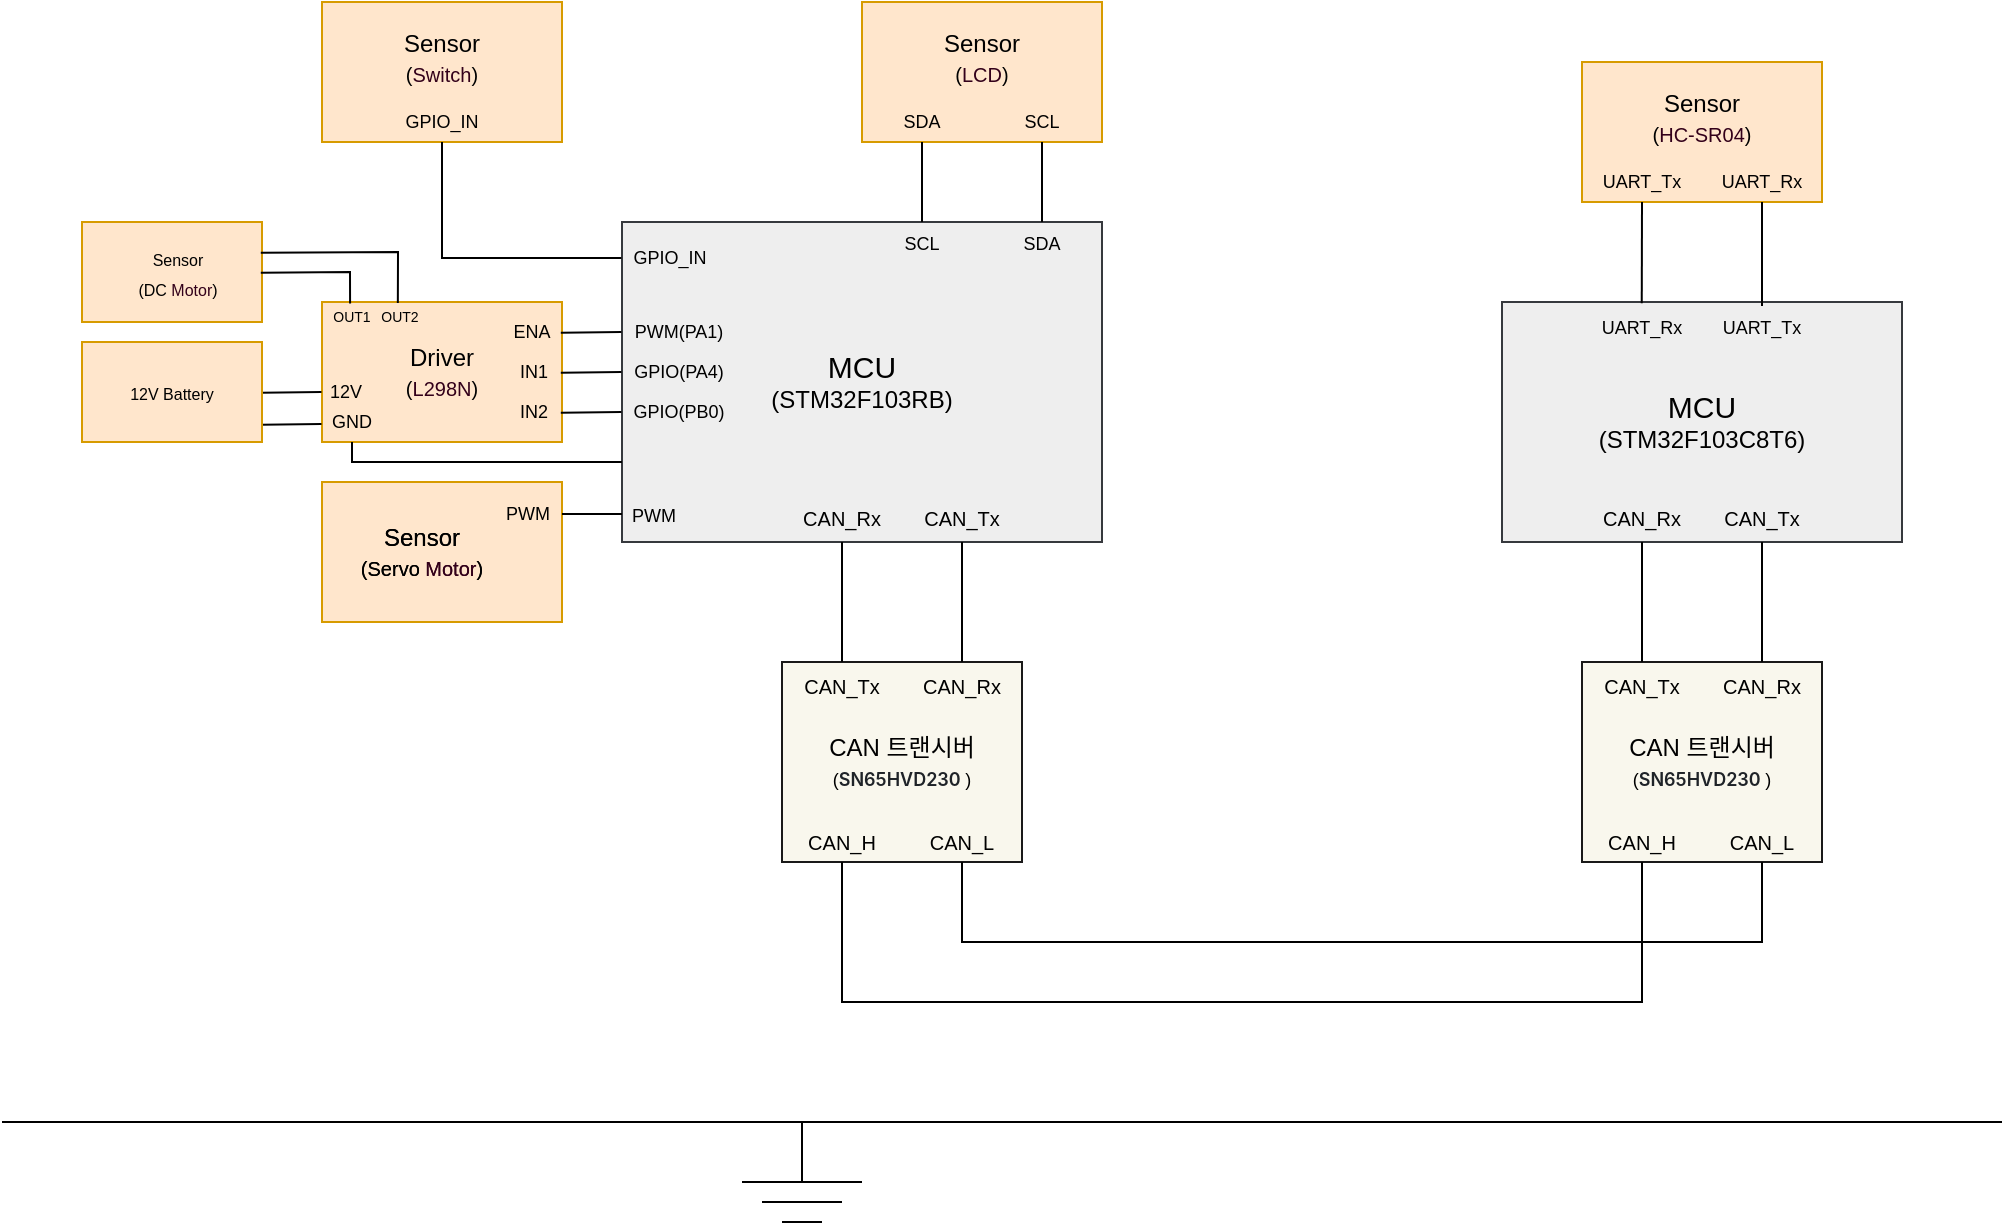
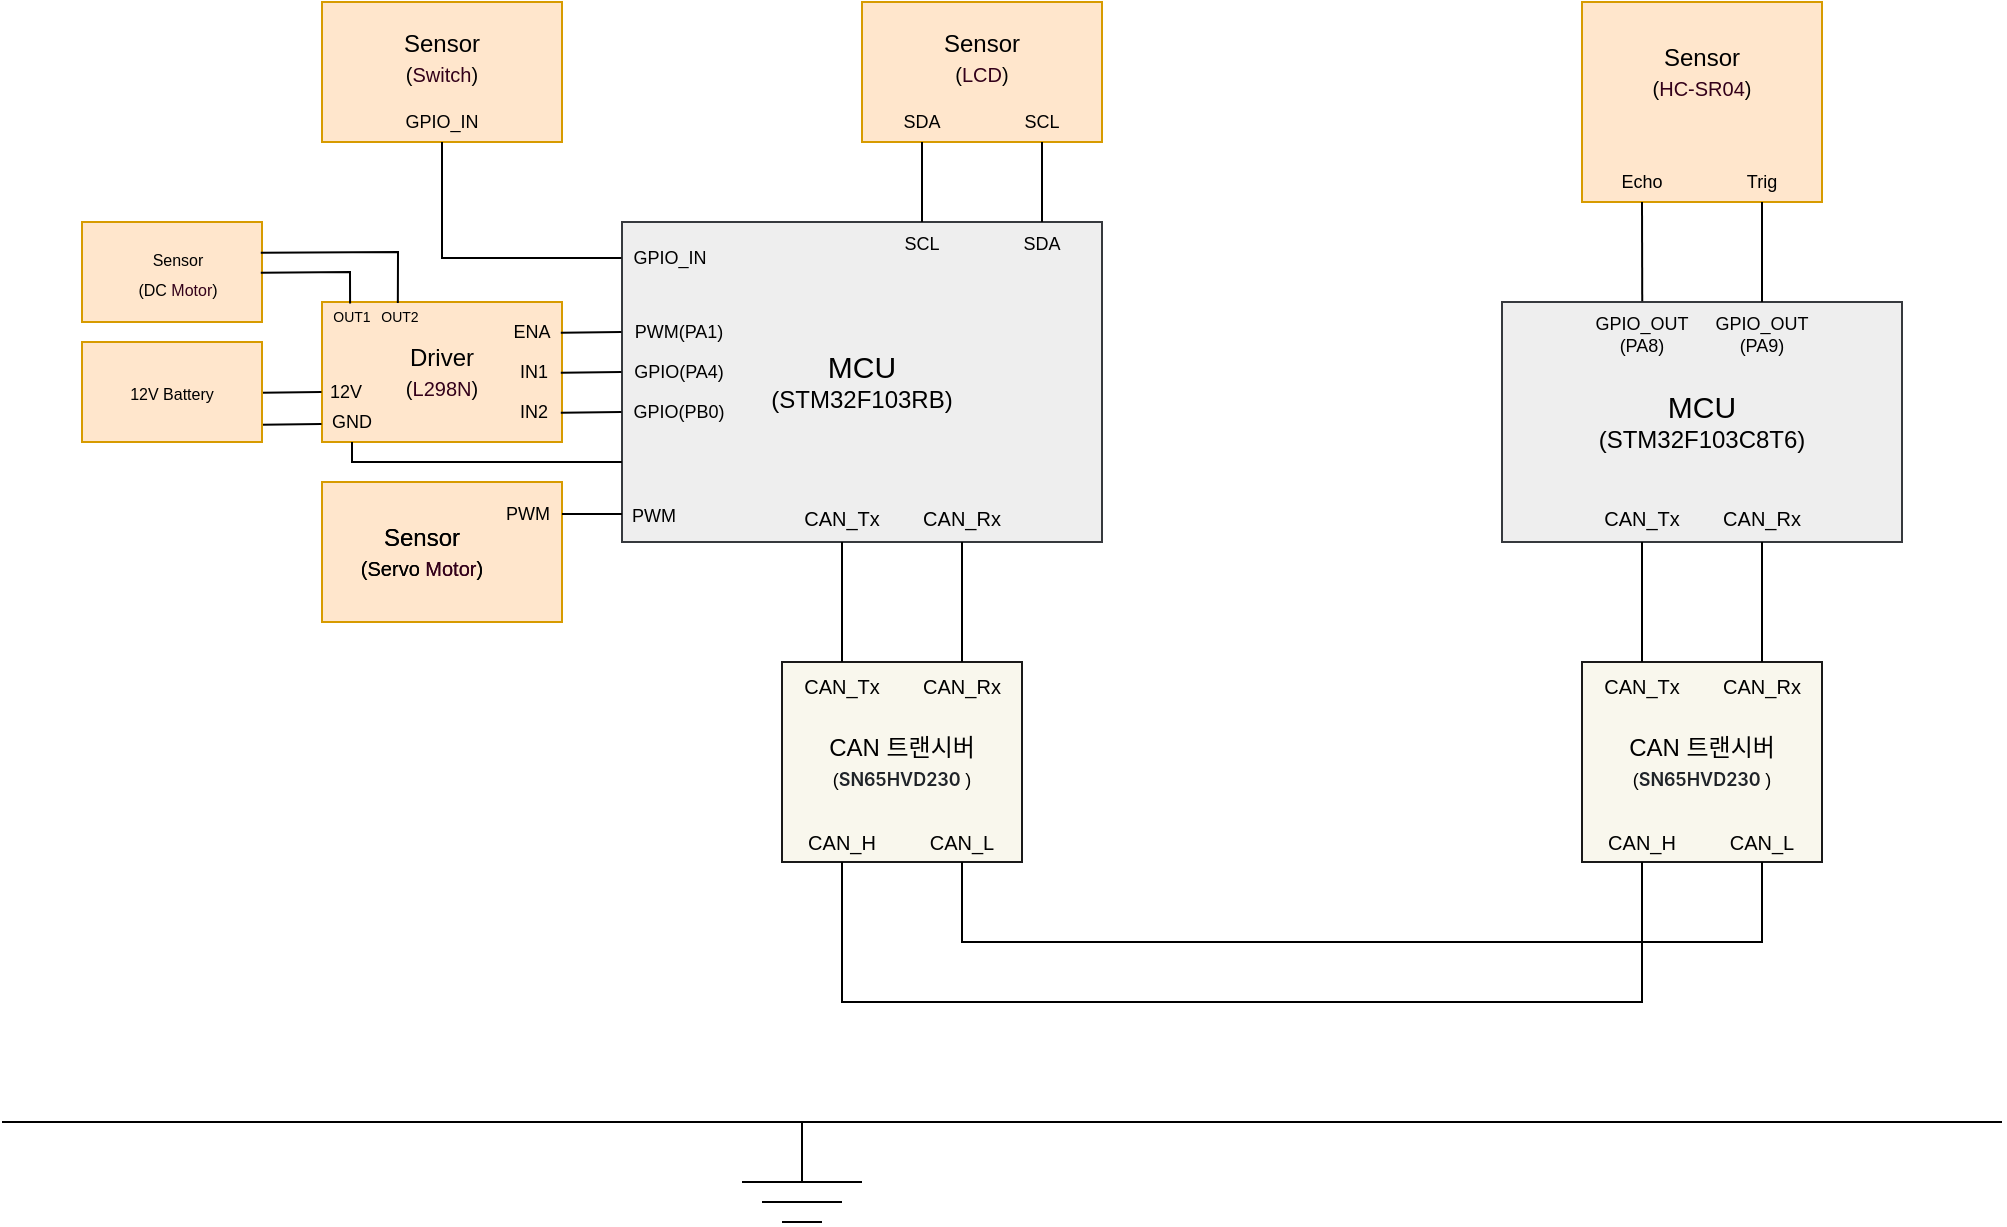
<mxfile host="app.diagrams.net" agent="Mozilla/5.0 (Windows NT 10.0; Win64; x64) AppleWebKit/537.36 (KHTML, like Gecko) Chrome/135.0.0.0 Safari/537.36" version="26.2.14" pages="2">
  <diagram name="페이지-1" id="bV-VDJoUi6MywUOajjM0">
-     <mxGraphModel dx="1303" dy="779" grid="1" gridSize="10" guides="1" tooltips="1" connect="1" arrows="1" fold="1" page="1" pageScale="1" pageWidth="1169" pageHeight="827" math="0" shadow="0">
+     <mxGraphModel dx="868" dy="519" grid="1" gridSize="10" guides="1" tooltips="1" connect="1" arrows="1" fold="1" page="1" pageScale="1" pageWidth="1169" pageHeight="827" math="0" shadow="0">
      <root>
        <mxCell id="0" />
        <mxCell id="1" parent="0" />
        <mxCell id="6h7fnUpnQVIAR-fBUBs6-1" value="" style="rounded=0;whiteSpace=wrap;html=1;fillColor=#eeeeee;strokeColor=#36393d;" parent="1" vertex="1">
          <mxGeometry x="430" y="310" width="240" height="160" as="geometry" />
        </mxCell>
        <mxCell id="6h7fnUpnQVIAR-fBUBs6-3" value="" style="rounded=0;whiteSpace=wrap;html=1;fillColor=#eeeeee;strokeColor=#36393d;" parent="1" vertex="1">
          <mxGeometry x="870" y="350" width="200" height="120" as="geometry" />
        </mxCell>
        <mxCell id="6h7fnUpnQVIAR-fBUBs6-6" value="&lt;font style=&quot;font-size: 15px;&quot;&gt;MCU&lt;/font&gt;&lt;div&gt;(&lt;span style=&quot;background-color: transparent; color: light-dark(rgb(0, 0, 0), rgb(255, 255, 255));&quot;&gt;STM32F103RB)&lt;/span&gt;&lt;/div&gt;" style="text;html=1;align=center;verticalAlign=middle;whiteSpace=wrap;rounded=0;" parent="1" vertex="1">
          <mxGeometry x="430" y="310" width="240" height="160" as="geometry" />
        </mxCell>
        <mxCell id="6h7fnUpnQVIAR-fBUBs6-9" value="&lt;font style=&quot;font-size: 15px;&quot;&gt;MCU&lt;/font&gt;&lt;div&gt;(&lt;span style=&quot;background-color: transparent; color: light-dark(rgb(0, 0, 0), rgb(255, 255, 255));&quot;&gt;STM32F103C8T6)&lt;/span&gt;&lt;/div&gt;" style="text;html=1;align=center;verticalAlign=middle;whiteSpace=wrap;rounded=0;" parent="1" vertex="1">
          <mxGeometry x="915" y="395" width="110" height="30" as="geometry" />
        </mxCell>
        <mxCell id="6h7fnUpnQVIAR-fBUBs6-10" value="" style="rounded=0;whiteSpace=wrap;html=1;fillColor=#f9f7ed;strokeColor=light-dark(#1a1919, #261d00);strokeWidth=1;glass=0;" parent="1" vertex="1">
          <mxGeometry x="510" y="530" width="120" height="100" as="geometry" />
        </mxCell>
        <mxCell id="6h7fnUpnQVIAR-fBUBs6-12" value="" style="rounded=0;whiteSpace=wrap;html=1;fillColor=#f9f7ed;strokeColor=light-dark(#1a1919, #261d00);strokeWidth=1;glass=0;" parent="1" vertex="1">
          <mxGeometry x="910" y="530" width="120" height="100" as="geometry" />
        </mxCell>
        <mxCell id="6h7fnUpnQVIAR-fBUBs6-14" value="" style="endArrow=none;html=1;rounded=0;exitX=0.25;exitY=0;exitDx=0;exitDy=0;" parent="1" source="6h7fnUpnQVIAR-fBUBs6-10" edge="1">
          <mxGeometry width="50" height="50" relative="1" as="geometry">
            <mxPoint x="490" y="520" as="sourcePoint" />
            <mxPoint x="540" y="470" as="targetPoint" />
          </mxGeometry>
        </mxCell>
        <mxCell id="6h7fnUpnQVIAR-fBUBs6-15" value="" style="endArrow=none;html=1;rounded=0;exitX=0.25;exitY=0;exitDx=0;exitDy=0;" parent="1" edge="1">
          <mxGeometry width="50" height="50" relative="1" as="geometry">
            <mxPoint x="600" y="530" as="sourcePoint" />
            <mxPoint x="600" y="470" as="targetPoint" />
          </mxGeometry>
        </mxCell>
        <mxCell id="6h7fnUpnQVIAR-fBUBs6-16" value="" style="endArrow=none;html=1;rounded=0;exitX=0.25;exitY=0;exitDx=0;exitDy=0;" parent="1" edge="1">
          <mxGeometry width="50" height="50" relative="1" as="geometry">
            <mxPoint x="940" y="530" as="sourcePoint" />
            <mxPoint x="940" y="470" as="targetPoint" />
          </mxGeometry>
        </mxCell>
        <mxCell id="6h7fnUpnQVIAR-fBUBs6-17" value="" style="endArrow=none;html=1;rounded=0;exitX=0.25;exitY=0;exitDx=0;exitDy=0;" parent="1" edge="1">
          <mxGeometry width="50" height="50" relative="1" as="geometry">
            <mxPoint x="1000" y="530" as="sourcePoint" />
            <mxPoint x="1000" y="470" as="targetPoint" />
          </mxGeometry>
        </mxCell>
-         <mxCell id="6h7fnUpnQVIAR-fBUBs6-18" value="&lt;font&gt;CAN_Rx&lt;/font&gt;" style="text;html=1;align=center;verticalAlign=middle;whiteSpace=wrap;rounded=0;fontSize=10;" parent="1" vertex="1">
+         <mxCell id="6h7fnUpnQVIAR-fBUBs6-18" value="&lt;font&gt;CAN_Tx&lt;/font&gt;" style="text;html=1;align=center;verticalAlign=middle;whiteSpace=wrap;rounded=0;fontSize=10;" parent="1" vertex="1">
          <mxGeometry x="510" y="443" width="60" height="30" as="geometry" />
        </mxCell>
-         <mxCell id="6h7fnUpnQVIAR-fBUBs6-19" value="&lt;span&gt;CAN_&lt;/span&gt;Tx" style="text;html=1;align=center;verticalAlign=middle;whiteSpace=wrap;rounded=0;fontSize=10;" parent="1" vertex="1">
+         <mxCell id="6h7fnUpnQVIAR-fBUBs6-19" value="&lt;span&gt;CAN_R&lt;/span&gt;x" style="text;html=1;align=center;verticalAlign=middle;whiteSpace=wrap;rounded=0;fontSize=10;" parent="1" vertex="1">
          <mxGeometry x="570" y="443" width="60" height="30" as="geometry" />
        </mxCell>
-         <mxCell id="6h7fnUpnQVIAR-fBUBs6-20" value="&lt;span&gt;CAN_&lt;/span&gt;Rx" style="text;html=1;align=center;verticalAlign=middle;whiteSpace=wrap;rounded=0;fontSize=10;" parent="1" vertex="1">
+         <mxCell id="6h7fnUpnQVIAR-fBUBs6-20" value="&lt;span&gt;CAN_T&lt;/span&gt;x" style="text;html=1;align=center;verticalAlign=middle;whiteSpace=wrap;rounded=0;fontSize=10;" parent="1" vertex="1">
          <mxGeometry x="910" y="443" width="60" height="30" as="geometry" />
        </mxCell>
-         <mxCell id="6h7fnUpnQVIAR-fBUBs6-21" value="&lt;span&gt;CAN_&lt;/span&gt;Tx" style="text;html=1;align=center;verticalAlign=middle;whiteSpace=wrap;rounded=0;fontSize=10;" parent="1" vertex="1">
+         <mxCell id="6h7fnUpnQVIAR-fBUBs6-21" value="&lt;span&gt;CAN_R&lt;/span&gt;x" style="text;html=1;align=center;verticalAlign=middle;whiteSpace=wrap;rounded=0;fontSize=10;" parent="1" vertex="1">
          <mxGeometry x="970" y="443" width="60" height="30" as="geometry" />
        </mxCell>
        <mxCell id="6h7fnUpnQVIAR-fBUBs6-22" value="&lt;span&gt;CAN_&lt;/span&gt;Rx" style="text;html=1;align=center;verticalAlign=middle;whiteSpace=wrap;rounded=0;fontSize=10;" parent="1" vertex="1">
          <mxGeometry x="970" y="527" width="60" height="30" as="geometry" />
        </mxCell>
        <mxCell id="6h7fnUpnQVIAR-fBUBs6-23" value="&lt;span&gt;CAN_&lt;/span&gt;Tx" style="text;html=1;align=center;verticalAlign=middle;whiteSpace=wrap;rounded=0;fontSize=10;" parent="1" vertex="1">
          <mxGeometry x="910" y="527" width="60" height="30" as="geometry" />
        </mxCell>
        <mxCell id="6h7fnUpnQVIAR-fBUBs6-24" value="&lt;span&gt;CAN_&lt;/span&gt;Rx" style="text;html=1;align=center;verticalAlign=middle;whiteSpace=wrap;rounded=0;fontSize=10;" parent="1" vertex="1">
          <mxGeometry x="570" y="527" width="60" height="30" as="geometry" />
        </mxCell>
        <mxCell id="6h7fnUpnQVIAR-fBUBs6-25" value="&lt;span&gt;CAN_&lt;/span&gt;Tx" style="text;html=1;align=center;verticalAlign=middle;whiteSpace=wrap;rounded=0;fontSize=10;" parent="1" vertex="1">
          <mxGeometry x="510" y="527" width="60" height="30" as="geometry" />
        </mxCell>
        <mxCell id="6h7fnUpnQVIAR-fBUBs6-26" value="CAN 트랜시버&lt;br&gt;&lt;div&gt;&lt;font style=&quot;font-size: 9px;&quot;&gt;(&lt;span style=&quot;box-sizing: border-box; font-weight: 600; color: rgb(31, 35, 40); font-family: -apple-system, BlinkMacSystemFont, &amp;quot;Segoe UI&amp;quot;, &amp;quot;Noto Sans&amp;quot;, Helvetica, Arial, sans-serif, &amp;quot;Apple Color Emoji&amp;quot;, &amp;quot;Segoe UI Emoji&amp;quot;; text-align: left;&quot;&gt;&lt;font style=&quot;&quot;&gt;SN65HVD230&amp;nbsp;&lt;/font&gt;&lt;/span&gt;&lt;span style=&quot;background-color: transparent; color: light-dark(rgb(0, 0, 0), rgb(255, 255, 255));&quot;&gt;)&lt;/span&gt;&lt;/font&gt;&lt;/div&gt;" style="text;html=1;align=center;verticalAlign=middle;whiteSpace=wrap;rounded=0;" parent="1" vertex="1">
          <mxGeometry x="515" y="565" width="110" height="30" as="geometry" />
        </mxCell>
        <mxCell id="6h7fnUpnQVIAR-fBUBs6-27" value="CAN 트랜시버&lt;br&gt;&lt;div&gt;&lt;font style=&quot;font-size: 9px;&quot;&gt;(&lt;span style=&quot;box-sizing: border-box; font-weight: 600; color: rgb(31, 35, 40); font-family: -apple-system, BlinkMacSystemFont, &amp;quot;Segoe UI&amp;quot;, &amp;quot;Noto Sans&amp;quot;, Helvetica, Arial, sans-serif, &amp;quot;Apple Color Emoji&amp;quot;, &amp;quot;Segoe UI Emoji&amp;quot;; text-align: left;&quot;&gt;&lt;font style=&quot;&quot;&gt;SN65HVD230&amp;nbsp;&lt;/font&gt;&lt;/span&gt;&lt;span style=&quot;background-color: transparent; color: light-dark(rgb(0, 0, 0), rgb(255, 255, 255));&quot;&gt;)&lt;/span&gt;&lt;/font&gt;&lt;/div&gt;" style="text;html=1;align=center;verticalAlign=middle;whiteSpace=wrap;rounded=0;" parent="1" vertex="1">
          <mxGeometry x="915" y="565" width="110" height="30" as="geometry" />
        </mxCell>
        <mxCell id="6h7fnUpnQVIAR-fBUBs6-28" value="&lt;span&gt;CAN_H&lt;/span&gt;" style="text;html=1;align=center;verticalAlign=middle;whiteSpace=wrap;rounded=0;fontSize=10;" parent="1" vertex="1">
          <mxGeometry x="510" y="605" width="60" height="30" as="geometry" />
        </mxCell>
        <mxCell id="6h7fnUpnQVIAR-fBUBs6-29" value="&lt;span&gt;CAN_L&lt;/span&gt;" style="text;html=1;align=center;verticalAlign=middle;whiteSpace=wrap;rounded=0;fontSize=10;" parent="1" vertex="1">
          <mxGeometry x="570" y="605" width="60" height="30" as="geometry" />
        </mxCell>
        <mxCell id="6h7fnUpnQVIAR-fBUBs6-30" value="&lt;span&gt;CAN_H&lt;/span&gt;" style="text;html=1;align=center;verticalAlign=middle;whiteSpace=wrap;rounded=0;fontSize=10;" parent="1" vertex="1">
          <mxGeometry x="910" y="605" width="60" height="30" as="geometry" />
        </mxCell>
        <mxCell id="6h7fnUpnQVIAR-fBUBs6-31" value="&lt;span&gt;CAN_L&lt;/span&gt;" style="text;html=1;align=center;verticalAlign=middle;whiteSpace=wrap;rounded=0;fontSize=10;" parent="1" vertex="1">
          <mxGeometry x="970" y="605" width="60" height="30" as="geometry" />
        </mxCell>
        <mxCell id="6h7fnUpnQVIAR-fBUBs6-32" value="" style="endArrow=none;html=1;rounded=0;" parent="1" edge="1">
          <mxGeometry width="50" height="50" relative="1" as="geometry">
            <mxPoint x="1000" y="630" as="sourcePoint" />
            <mxPoint x="600" y="630" as="targetPoint" />
            <Array as="points">
              <mxPoint x="1000" y="670" />
              <mxPoint x="770" y="670" />
              <mxPoint x="600" y="670" />
            </Array>
          </mxGeometry>
        </mxCell>
        <mxCell id="6h7fnUpnQVIAR-fBUBs6-33" value="" style="endArrow=none;html=1;rounded=0;" parent="1" edge="1">
          <mxGeometry width="50" height="50" relative="1" as="geometry">
            <mxPoint x="940" y="630" as="sourcePoint" />
            <mxPoint x="540" y="630" as="targetPoint" />
            <Array as="points">
              <mxPoint x="940" y="700" />
              <mxPoint x="710" y="700" />
              <mxPoint x="540" y="700" />
              <mxPoint x="540" y="670" />
            </Array>
          </mxGeometry>
        </mxCell>
        <mxCell id="6h7fnUpnQVIAR-fBUBs6-36" value="" style="rounded=0;whiteSpace=wrap;html=1;fillColor=#ffe6cc;strokeColor=#d79b00;" parent="1" vertex="1">
-           <mxGeometry x="910" y="230" width="120" height="70" as="geometry" />
+           <mxGeometry x="910" y="200" width="120" height="100" as="geometry" />
        </mxCell>
        <mxCell id="6h7fnUpnQVIAR-fBUBs6-37" value="&lt;font&gt;Sensor&lt;/font&gt;&lt;br&gt;&lt;div&gt;&lt;span&gt;&lt;font style=&quot;font-size: 10px;&quot;&gt;(&lt;span style=&quot;font-family: Arial, sans-serif; text-align: start;&quot;&gt;&lt;font style=&quot;color: rgb(51, 0, 26);&quot;&gt;HC-SR04&lt;/font&gt;&lt;/span&gt;&lt;span style=&quot;color: light-dark(rgb(0, 0, 0), rgb(255, 255, 255));&quot;&gt;)&lt;/span&gt;&lt;/font&gt;&lt;/span&gt;&lt;/div&gt;" style="text;html=1;align=center;verticalAlign=middle;whiteSpace=wrap;rounded=0;" parent="1" vertex="1">
-           <mxGeometry x="910" y="243" width="120" height="29" as="geometry" />
-         </mxCell>
-         <mxCell id="6h7fnUpnQVIAR-fBUBs6-38" value="&lt;span&gt;UART_&lt;/span&gt;Tx" style="text;html=1;align=center;verticalAlign=middle;whiteSpace=wrap;rounded=0;fontSize=9;" parent="1" vertex="1">
-           <mxGeometry x="970" y="348" width="60" height="30" as="geometry" />
-         </mxCell>
-         <mxCell id="6h7fnUpnQVIAR-fBUBs6-39" value="&lt;span&gt;UART_R&lt;/span&gt;x" style="text;html=1;align=center;verticalAlign=middle;whiteSpace=wrap;rounded=0;fontSize=9;" parent="1" vertex="1">
-           <mxGeometry x="910" y="348" width="60" height="30" as="geometry" />
-         </mxCell>
-         <mxCell id="6h7fnUpnQVIAR-fBUBs6-40" value="&lt;span&gt;UART_&lt;/span&gt;Tx" style="text;html=1;align=center;verticalAlign=middle;whiteSpace=wrap;rounded=0;fontSize=9;" parent="1" vertex="1">
+           <mxGeometry x="910" y="220.5" width="120" height="29" as="geometry" />
+         </mxCell>
+         <mxCell id="6h7fnUpnQVIAR-fBUBs6-38" value="&lt;div&gt;&lt;div&gt;GPIO_OUT&lt;/div&gt;&lt;/div&gt;(PA9)" style="text;html=1;align=center;verticalAlign=middle;whiteSpace=wrap;rounded=0;fontSize=9;" parent="1" vertex="1">
+           <mxGeometry x="970" y="351" width="60" height="30" as="geometry" />
+         </mxCell>
+         <mxCell id="6h7fnUpnQVIAR-fBUBs6-39" value="&lt;div&gt;GPIO_OUT&lt;/div&gt;(PA8)" style="text;html=1;align=center;verticalAlign=middle;whiteSpace=wrap;rounded=0;fontSize=9;" parent="1" vertex="1">
+           <mxGeometry x="910" y="351" width="60" height="30" as="geometry" />
+         </mxCell>
+         <mxCell id="6h7fnUpnQVIAR-fBUBs6-40" value="Echo" style="text;html=1;align=center;verticalAlign=middle;whiteSpace=wrap;rounded=0;fontSize=9;" parent="1" vertex="1">
          <mxGeometry x="910" y="275" width="60" height="30" as="geometry" />
        </mxCell>
-         <mxCell id="6h7fnUpnQVIAR-fBUBs6-41" value="&lt;span&gt;UART_R&lt;/span&gt;x" style="text;html=1;align=center;verticalAlign=middle;whiteSpace=wrap;rounded=0;fontSize=9;" parent="1" vertex="1">
+         <mxCell id="6h7fnUpnQVIAR-fBUBs6-41" value="Trig" style="text;html=1;align=center;verticalAlign=middle;whiteSpace=wrap;rounded=0;fontSize=9;" parent="1" vertex="1">
          <mxGeometry x="970" y="275" width="60" height="30" as="geometry" />
        </mxCell>
-         <mxCell id="6h7fnUpnQVIAR-fBUBs6-42" value="" style="endArrow=none;html=1;rounded=0;exitX=0.498;exitY=0.089;exitDx=0;exitDy=0;exitPerimeter=0;" parent="1" source="6h7fnUpnQVIAR-fBUBs6-39" edge="1">
+         <mxCell id="6h7fnUpnQVIAR-fBUBs6-42" value="" style="endArrow=none;html=1;rounded=0;exitX=0.502;exitY=-0.047;exitDx=0;exitDy=0;exitPerimeter=0;" parent="1" source="6h7fnUpnQVIAR-fBUBs6-39" edge="1">
          <mxGeometry width="50" height="50" relative="1" as="geometry">
            <mxPoint x="940" y="360" as="sourcePoint" />
            <mxPoint x="940" y="300" as="targetPoint" />
          </mxGeometry>
        </mxCell>
        <mxCell id="6h7fnUpnQVIAR-fBUBs6-43" value="" style="endArrow=none;html=1;rounded=0;" parent="1" edge="1">
          <mxGeometry width="50" height="50" relative="1" as="geometry">
-             <mxPoint x="1000" y="352" as="sourcePoint" />
+             <mxPoint x="1000" y="350" as="sourcePoint" />
            <mxPoint x="1000" y="300" as="targetPoint" />
          </mxGeometry>
        </mxCell>
        <mxCell id="6h7fnUpnQVIAR-fBUBs6-44" value="" style="rounded=0;whiteSpace=wrap;html=1;fillColor=#ffe6cc;strokeColor=#d79b00;" parent="1" vertex="1">
          <mxGeometry x="550" y="200" width="120" height="70" as="geometry" />
        </mxCell>
        <mxCell id="6h7fnUpnQVIAR-fBUBs6-45" value="&lt;font&gt;Sensor&lt;/font&gt;&lt;br&gt;&lt;div style=&quot;&quot;&gt;&lt;span&gt;&lt;font style=&quot;font-size: 10px;&quot;&gt;(&lt;font face=&quot;Arial, sans-serif&quot; color=&quot;#33001a&quot;&gt;LCD&lt;/font&gt;&lt;span style=&quot;color: light-dark(rgb(0, 0, 0), rgb(255, 255, 255));&quot;&gt;)&lt;/span&gt;&lt;/font&gt;&lt;/span&gt;&lt;/div&gt;" style="text;html=1;align=center;verticalAlign=middle;whiteSpace=wrap;rounded=0;" parent="1" vertex="1">
          <mxGeometry x="550" y="213" width="120" height="29" as="geometry" />
        </mxCell>
        <mxCell id="6h7fnUpnQVIAR-fBUBs6-46" value="SDA" style="text;html=1;align=center;verticalAlign=middle;whiteSpace=wrap;rounded=0;fontSize=9;" parent="1" vertex="1">
          <mxGeometry x="550" y="245" width="60" height="30" as="geometry" />
        </mxCell>
        <mxCell id="6h7fnUpnQVIAR-fBUBs6-47" value="SCL" style="text;html=1;align=center;verticalAlign=middle;whiteSpace=wrap;rounded=0;fontSize=9;" parent="1" vertex="1">
          <mxGeometry x="610" y="245" width="60" height="30" as="geometry" />
        </mxCell>
        <mxCell id="6h7fnUpnQVIAR-fBUBs6-48" value="SDA" style="text;html=1;align=center;verticalAlign=middle;whiteSpace=wrap;rounded=0;fontSize=9;" parent="1" vertex="1">
          <mxGeometry x="610" y="306" width="60" height="30" as="geometry" />
        </mxCell>
        <mxCell id="6h7fnUpnQVIAR-fBUBs6-49" value="SCL" style="text;html=1;align=center;verticalAlign=middle;whiteSpace=wrap;rounded=0;fontSize=9;" parent="1" vertex="1">
          <mxGeometry x="550" y="306" width="60" height="30" as="geometry" />
        </mxCell>
        <mxCell id="6h7fnUpnQVIAR-fBUBs6-50" value="" style="endArrow=none;html=1;rounded=0;exitX=0.5;exitY=0.133;exitDx=0;exitDy=0;exitPerimeter=0;" parent="1" source="6h7fnUpnQVIAR-fBUBs6-49" edge="1">
          <mxGeometry width="50" height="50" relative="1" as="geometry">
            <mxPoint x="580" y="300" as="sourcePoint" />
            <mxPoint x="580" y="270" as="targetPoint" />
          </mxGeometry>
        </mxCell>
        <mxCell id="6h7fnUpnQVIAR-fBUBs6-51" value="" style="endArrow=none;html=1;rounded=0;exitX=0.5;exitY=0.133;exitDx=0;exitDy=0;exitPerimeter=0;" parent="1" source="6h7fnUpnQVIAR-fBUBs6-48" edge="1">
          <mxGeometry width="50" height="50" relative="1" as="geometry">
            <mxPoint x="640" y="300" as="sourcePoint" />
            <mxPoint x="640" y="270" as="targetPoint" />
          </mxGeometry>
        </mxCell>
        <mxCell id="6h7fnUpnQVIAR-fBUBs6-52" value="" style="rounded=0;whiteSpace=wrap;html=1;fillColor=#ffe6cc;strokeColor=#d79b00;" parent="1" vertex="1">
          <mxGeometry x="280" y="200" width="120" height="70" as="geometry" />
        </mxCell>
        <mxCell id="6h7fnUpnQVIAR-fBUBs6-53" value="&lt;font&gt;Sensor&lt;/font&gt;&lt;br&gt;&lt;div style=&quot;&quot;&gt;&lt;span&gt;&lt;font style=&quot;font-size: 10px;&quot;&gt;(&lt;font face=&quot;Arial, sans-serif&quot; color=&quot;#33001a&quot;&gt;Switch&lt;/font&gt;&lt;span style=&quot;color: light-dark(rgb(0, 0, 0), rgb(255, 255, 255));&quot;&gt;)&lt;/span&gt;&lt;/font&gt;&lt;/span&gt;&lt;/div&gt;" style="text;html=1;align=center;verticalAlign=middle;whiteSpace=wrap;rounded=0;" parent="1" vertex="1">
          <mxGeometry x="280" y="213" width="120" height="29" as="geometry" />
        </mxCell>
        <mxCell id="6h7fnUpnQVIAR-fBUBs6-54" value="GPIO_IN" style="text;html=1;align=center;verticalAlign=middle;whiteSpace=wrap;rounded=0;fontSize=9;" parent="1" vertex="1">
          <mxGeometry x="310" y="245" width="60" height="30" as="geometry" />
        </mxCell>
        <mxCell id="6h7fnUpnQVIAR-fBUBs6-56" value="" style="endArrow=none;html=1;rounded=0;exitX=0.05;exitY=0.5;exitDx=0;exitDy=0;exitPerimeter=0;" parent="1" source="6h7fnUpnQVIAR-fBUBs6-57" edge="1">
          <mxGeometry width="50" height="50" relative="1" as="geometry">
            <mxPoint x="490" y="490" as="sourcePoint" />
            <mxPoint x="340" y="270" as="targetPoint" />
            <Array as="points">
              <mxPoint x="340" y="328" />
            </Array>
          </mxGeometry>
        </mxCell>
        <mxCell id="6h7fnUpnQVIAR-fBUBs6-57" value="GPIO_IN" style="text;html=1;align=center;verticalAlign=middle;whiteSpace=wrap;rounded=0;fontSize=9;" parent="1" vertex="1">
          <mxGeometry x="427" y="308" width="54" height="40" as="geometry" />
        </mxCell>
        <mxCell id="6h7fnUpnQVIAR-fBUBs6-58" value="" style="rounded=0;whiteSpace=wrap;html=1;fillColor=#ffe6cc;strokeColor=#d79b00;" parent="1" vertex="1">
          <mxGeometry x="280" y="350" width="120" height="70" as="geometry" />
        </mxCell>
        <mxCell id="6h7fnUpnQVIAR-fBUBs6-59" value="Driver&lt;br&gt;&lt;div style=&quot;&quot;&gt;&lt;span&gt;&lt;font style=&quot;font-size: 10px;&quot;&gt;(&lt;font face=&quot;Arial, sans-serif&quot; color=&quot;#33001a&quot;&gt;L298N&lt;/font&gt;&lt;span style=&quot;color: light-dark(rgb(0, 0, 0), rgb(255, 255, 255));&quot;&gt;)&lt;/span&gt;&lt;/font&gt;&lt;/span&gt;&lt;/div&gt;" style="text;html=1;align=center;verticalAlign=middle;whiteSpace=wrap;rounded=0;" parent="1" vertex="1">
          <mxGeometry x="280" y="350" width="120" height="70" as="geometry" />
        </mxCell>
        <mxCell id="6h7fnUpnQVIAR-fBUBs6-60" value="ENA" style="text;html=1;align=center;verticalAlign=middle;whiteSpace=wrap;rounded=0;fontSize=9;" parent="1" vertex="1">
          <mxGeometry x="365" y="350" width="40" height="30" as="geometry" />
        </mxCell>
        <mxCell id="6h7fnUpnQVIAR-fBUBs6-64" value="" style="rounded=0;whiteSpace=wrap;html=1;fillColor=#ffe6cc;strokeColor=#d79b00;" parent="1" vertex="1">
          <mxGeometry x="280" y="440" width="120" height="70" as="geometry" />
        </mxCell>
        <mxCell id="6h7fnUpnQVIAR-fBUBs6-65" value="PWM" style="text;html=1;align=center;verticalAlign=middle;whiteSpace=wrap;rounded=0;fontSize=9;" parent="1" vertex="1">
          <mxGeometry x="353" y="441" width="60" height="30" as="geometry" />
        </mxCell>
        <mxCell id="6h7fnUpnQVIAR-fBUBs6-66" value="&lt;font&gt;Sensor&lt;/font&gt;&lt;br&gt;&lt;div style=&quot;&quot;&gt;&lt;span&gt;&lt;font style=&quot;font-size: 10px;&quot;&gt;(Servo&amp;nbsp;&lt;font face=&quot;Arial, sans-serif&quot; color=&quot;#33001a&quot;&gt;Motor&lt;/font&gt;&lt;span style=&quot;color: light-dark(rgb(0, 0, 0), rgb(255, 255, 255));&quot;&gt;)&lt;/span&gt;&lt;/font&gt;&lt;/span&gt;&lt;/div&gt;" style="text;html=1;align=center;verticalAlign=middle;whiteSpace=wrap;rounded=0;" parent="1" vertex="1">
          <mxGeometry x="270" y="440" width="120" height="70" as="geometry" />
        </mxCell>
        <mxCell id="6h7fnUpnQVIAR-fBUBs6-67" value="" style="endArrow=none;html=1;rounded=0;entryX=0.069;entryY=0.501;entryDx=0;entryDy=0;exitX=0.935;exitY=0.512;exitDx=0;exitDy=0;exitPerimeter=0;entryPerimeter=0;" parent="1" edge="1">
          <mxGeometry width="50" height="50" relative="1" as="geometry">
            <mxPoint x="399.4" y="365.35999999999996" as="sourcePoint" />
            <mxPoint x="429.76" y="365.03" as="targetPoint" />
          </mxGeometry>
        </mxCell>
        <mxCell id="6h7fnUpnQVIAR-fBUBs6-68" value="" style="endArrow=none;html=1;rounded=0;entryX=0;entryY=0.5;entryDx=0;entryDy=0;" parent="1" edge="1">
          <mxGeometry width="50" height="50" relative="1" as="geometry">
            <mxPoint x="400" y="456" as="sourcePoint" />
            <mxPoint x="430" y="456" as="targetPoint" />
          </mxGeometry>
        </mxCell>
        <mxCell id="6h7fnUpnQVIAR-fBUBs6-69" value="PWM(PA1)" style="text;html=1;align=center;verticalAlign=middle;whiteSpace=wrap;rounded=0;fontSize=9;" parent="1" vertex="1">
          <mxGeometry x="427" y="350" width="63" height="30" as="geometry" />
        </mxCell>
        <mxCell id="6h7fnUpnQVIAR-fBUBs6-70" value="PWM" style="text;html=1;align=center;verticalAlign=middle;whiteSpace=wrap;rounded=0;fontSize=9;" parent="1" vertex="1">
          <mxGeometry x="426" y="442" width="40" height="30" as="geometry" />
        </mxCell>
-         <mxCell id="_FvLLy5niA9-FDdcqiTg-1" value="" style="endArrow=none;html=1;rounded=0;entryX=0.069;entryY=0.501;entryDx=0;entryDy=0;exitX=0.935;exitY=0.512;exitDx=0;exitDy=0;exitPerimeter=0;entryPerimeter=0;" edge="1" parent="1">
+         <mxCell id="_FvLLy5niA9-FDdcqiTg-1" value="" style="endArrow=none;html=1;rounded=0;entryX=0.069;entryY=0.501;entryDx=0;entryDy=0;exitX=0.935;exitY=0.512;exitDx=0;exitDy=0;exitPerimeter=0;entryPerimeter=0;" parent="1" edge="1">
          <mxGeometry width="50" height="50" relative="1" as="geometry">
            <mxPoint x="399.4" y="385.35999999999996" as="sourcePoint" />
            <mxPoint x="429.76" y="385.03" as="targetPoint" />
          </mxGeometry>
        </mxCell>
-         <mxCell id="_FvLLy5niA9-FDdcqiTg-2" value="" style="endArrow=none;html=1;rounded=0;entryX=0.069;entryY=0.501;entryDx=0;entryDy=0;exitX=0.935;exitY=0.512;exitDx=0;exitDy=0;exitPerimeter=0;entryPerimeter=0;" edge="1" parent="1">
+         <mxCell id="_FvLLy5niA9-FDdcqiTg-2" value="" style="endArrow=none;html=1;rounded=0;entryX=0.069;entryY=0.501;entryDx=0;entryDy=0;exitX=0.935;exitY=0.512;exitDx=0;exitDy=0;exitPerimeter=0;entryPerimeter=0;" parent="1" edge="1">
          <mxGeometry width="50" height="50" relative="1" as="geometry">
            <mxPoint x="399.4" y="405.35999999999996" as="sourcePoint" />
            <mxPoint x="429.76" y="405.03" as="targetPoint" />
          </mxGeometry>
        </mxCell>
-         <mxCell id="_FvLLy5niA9-FDdcqiTg-3" value="IN1" style="text;html=1;align=center;verticalAlign=middle;whiteSpace=wrap;rounded=0;fontSize=9;" vertex="1" parent="1">
+         <mxCell id="_FvLLy5niA9-FDdcqiTg-3" value="IN1" style="text;html=1;align=center;verticalAlign=middle;whiteSpace=wrap;rounded=0;fontSize=9;" parent="1" vertex="1">
          <mxGeometry x="366" y="370" width="40" height="30" as="geometry" />
        </mxCell>
-         <mxCell id="_FvLLy5niA9-FDdcqiTg-4" value="IN2" style="text;html=1;align=center;verticalAlign=middle;whiteSpace=wrap;rounded=0;fontSize=9;" vertex="1" parent="1">
+         <mxCell id="_FvLLy5niA9-FDdcqiTg-4" value="IN2" style="text;html=1;align=center;verticalAlign=middle;whiteSpace=wrap;rounded=0;fontSize=9;" parent="1" vertex="1">
          <mxGeometry x="366" y="390" width="40" height="30" as="geometry" />
        </mxCell>
-         <mxCell id="_FvLLy5niA9-FDdcqiTg-5" value="GPIO(PA4)" style="text;html=1;align=center;verticalAlign=middle;whiteSpace=wrap;rounded=0;fontSize=9;" vertex="1" parent="1">
+         <mxCell id="_FvLLy5niA9-FDdcqiTg-5" value="GPIO(PA4)" style="text;html=1;align=center;verticalAlign=middle;whiteSpace=wrap;rounded=0;fontSize=9;" parent="1" vertex="1">
          <mxGeometry x="427" y="370" width="63" height="30" as="geometry" />
        </mxCell>
-         <mxCell id="_FvLLy5niA9-FDdcqiTg-6" value="GPIO(PB0)" style="text;html=1;align=center;verticalAlign=middle;whiteSpace=wrap;rounded=0;fontSize=9;" vertex="1" parent="1">
+         <mxCell id="_FvLLy5niA9-FDdcqiTg-6" value="GPIO(PB0)" style="text;html=1;align=center;verticalAlign=middle;whiteSpace=wrap;rounded=0;fontSize=9;" parent="1" vertex="1">
          <mxGeometry x="427" y="390" width="63" height="30" as="geometry" />
        </mxCell>
-         <mxCell id="_FvLLy5niA9-FDdcqiTg-7" value="" style="endArrow=none;html=1;rounded=0;" edge="1" parent="1">
+         <mxCell id="_FvLLy5niA9-FDdcqiTg-7" value="" style="endArrow=none;html=1;rounded=0;" parent="1" edge="1">
          <mxGeometry width="50" height="50" relative="1" as="geometry">
            <mxPoint x="120" y="760" as="sourcePoint" />
            <mxPoint x="1120" y="760" as="targetPoint" />
          </mxGeometry>
        </mxCell>
-         <mxCell id="_FvLLy5niA9-FDdcqiTg-10" value="" style="rounded=0;whiteSpace=wrap;html=1;fillColor=#ffe6cc;strokeColor=#d79b00;" vertex="1" parent="1">
+         <mxCell id="_FvLLy5niA9-FDdcqiTg-10" value="" style="rounded=0;whiteSpace=wrap;html=1;fillColor=#ffe6cc;strokeColor=#d79b00;" parent="1" vertex="1">
          <mxGeometry x="160" y="310" width="90" height="50" as="geometry" />
        </mxCell>
-         <mxCell id="_FvLLy5niA9-FDdcqiTg-11" value="&lt;font&gt;Sensor&lt;/font&gt;&lt;br&gt;&lt;div style=&quot;&quot;&gt;&lt;span&gt;&lt;font style=&quot;font-size: 10px;&quot;&gt;(Servo&amp;nbsp;&lt;font face=&quot;Arial, sans-serif&quot; color=&quot;#33001a&quot;&gt;Motor&lt;/font&gt;&lt;span style=&quot;color: light-dark(rgb(0, 0, 0), rgb(255, 255, 255));&quot;&gt;)&lt;/span&gt;&lt;/font&gt;&lt;/span&gt;&lt;/div&gt;" style="text;html=1;align=center;verticalAlign=middle;whiteSpace=wrap;rounded=0;" vertex="1" parent="1">
+         <mxCell id="_FvLLy5niA9-FDdcqiTg-11" value="&lt;font&gt;Sensor&lt;/font&gt;&lt;br&gt;&lt;div style=&quot;&quot;&gt;&lt;span&gt;&lt;font style=&quot;font-size: 10px;&quot;&gt;(Servo&amp;nbsp;&lt;font face=&quot;Arial, sans-serif&quot; color=&quot;#33001a&quot;&gt;Motor&lt;/font&gt;&lt;span style=&quot;color: light-dark(rgb(0, 0, 0), rgb(255, 255, 255));&quot;&gt;)&lt;/span&gt;&lt;/font&gt;&lt;/span&gt;&lt;/div&gt;" style="text;html=1;align=center;verticalAlign=middle;whiteSpace=wrap;rounded=0;" parent="1" vertex="1">
          <mxGeometry x="270" y="440" width="120" height="70" as="geometry" />
        </mxCell>
-         <mxCell id="_FvLLy5niA9-FDdcqiTg-12" value="&lt;font style=&quot;font-size: 8px;&quot;&gt;&lt;font style=&quot;&quot;&gt;Sensor&lt;/font&gt;&lt;br&gt;&lt;/font&gt;&lt;div style=&quot;&quot;&gt;&lt;span&gt;&lt;font style=&quot;font-size: 8px;&quot;&gt;(DC&amp;nbsp;&lt;font face=&quot;Arial, sans-serif&quot; color=&quot;#33001a&quot;&gt;Motor&lt;/font&gt;&lt;span style=&quot;color: light-dark(rgb(0, 0, 0), rgb(255, 255, 255));&quot;&gt;)&lt;/span&gt;&lt;/font&gt;&lt;/span&gt;&lt;/div&gt;" style="text;html=1;align=center;verticalAlign=middle;whiteSpace=wrap;rounded=0;" vertex="1" parent="1">
+         <mxCell id="_FvLLy5niA9-FDdcqiTg-12" value="&lt;font style=&quot;font-size: 8px;&quot;&gt;&lt;font style=&quot;&quot;&gt;Sensor&lt;/font&gt;&lt;br&gt;&lt;/font&gt;&lt;div style=&quot;&quot;&gt;&lt;span&gt;&lt;font style=&quot;font-size: 8px;&quot;&gt;(DC&amp;nbsp;&lt;font face=&quot;Arial, sans-serif&quot; color=&quot;#33001a&quot;&gt;Motor&lt;/font&gt;&lt;span style=&quot;color: light-dark(rgb(0, 0, 0), rgb(255, 255, 255));&quot;&gt;)&lt;/span&gt;&lt;/font&gt;&lt;/span&gt;&lt;/div&gt;" style="text;html=1;align=center;verticalAlign=middle;whiteSpace=wrap;rounded=0;" parent="1" vertex="1">
          <mxGeometry x="163" y="310" width="90" height="50" as="geometry" />
        </mxCell>
-         <mxCell id="_FvLLy5niA9-FDdcqiTg-16" value="" style="endArrow=none;html=1;rounded=0;entryX=0.069;entryY=0.501;entryDx=0;entryDy=0;exitX=0.935;exitY=0.512;exitDx=0;exitDy=0;exitPerimeter=0;entryPerimeter=0;" edge="1" parent="1">
+         <mxCell id="_FvLLy5niA9-FDdcqiTg-16" value="" style="endArrow=none;html=1;rounded=0;entryX=0.069;entryY=0.501;entryDx=0;entryDy=0;exitX=0.935;exitY=0.512;exitDx=0;exitDy=0;exitPerimeter=0;entryPerimeter=0;" parent="1" edge="1">
          <mxGeometry width="50" height="50" relative="1" as="geometry">
            <mxPoint x="249.39999999999998" y="411.35999999999996" as="sourcePoint" />
            <mxPoint x="279.76" y="411.03" as="targetPoint" />
          </mxGeometry>
        </mxCell>
-         <mxCell id="_FvLLy5niA9-FDdcqiTg-17" value="" style="endArrow=none;html=1;rounded=0;entryX=0.069;entryY=0.501;entryDx=0;entryDy=0;exitX=0.935;exitY=0.512;exitDx=0;exitDy=0;exitPerimeter=0;entryPerimeter=0;" edge="1" parent="1">
+         <mxCell id="_FvLLy5niA9-FDdcqiTg-17" value="" style="endArrow=none;html=1;rounded=0;entryX=0.069;entryY=0.501;entryDx=0;entryDy=0;exitX=0.935;exitY=0.512;exitDx=0;exitDy=0;exitPerimeter=0;entryPerimeter=0;" parent="1" edge="1">
          <mxGeometry width="50" height="50" relative="1" as="geometry">
            <mxPoint x="249.39999999999998" y="395.35999999999996" as="sourcePoint" />
            <mxPoint x="279.76" y="395.03" as="targetPoint" />
          </mxGeometry>
        </mxCell>
-         <mxCell id="_FvLLy5niA9-FDdcqiTg-18" value="12V" style="text;html=1;align=center;verticalAlign=middle;whiteSpace=wrap;rounded=0;fontSize=9;" vertex="1" parent="1">
+         <mxCell id="_FvLLy5niA9-FDdcqiTg-18" value="12V" style="text;html=1;align=center;verticalAlign=middle;whiteSpace=wrap;rounded=0;fontSize=9;" parent="1" vertex="1">
          <mxGeometry x="272" y="380" width="40" height="30" as="geometry" />
        </mxCell>
-         <mxCell id="_FvLLy5niA9-FDdcqiTg-19" value="GND" style="text;html=1;align=center;verticalAlign=middle;whiteSpace=wrap;rounded=0;fontSize=9;" vertex="1" parent="1">
+         <mxCell id="_FvLLy5niA9-FDdcqiTg-19" value="GND" style="text;html=1;align=center;verticalAlign=middle;whiteSpace=wrap;rounded=0;fontSize=9;" parent="1" vertex="1">
          <mxGeometry x="280" y="400" width="30" height="20" as="geometry" />
        </mxCell>
-         <mxCell id="_FvLLy5niA9-FDdcqiTg-20" value="" style="endArrow=none;html=1;rounded=0;entryX=0.5;entryY=1;entryDx=0;entryDy=0;exitX=0;exitY=0.75;exitDx=0;exitDy=0;" edge="1" parent="1" source="6h7fnUpnQVIAR-fBUBs6-6" target="_FvLLy5niA9-FDdcqiTg-19">
+         <mxCell id="_FvLLy5niA9-FDdcqiTg-20" value="" style="endArrow=none;html=1;rounded=0;entryX=0.5;entryY=1;entryDx=0;entryDy=0;exitX=0;exitY=0.75;exitDx=0;exitDy=0;" parent="1" source="6h7fnUpnQVIAR-fBUBs6-6" target="_FvLLy5niA9-FDdcqiTg-19" edge="1">
          <mxGeometry width="50" height="50" relative="1" as="geometry">
            <mxPoint x="240" y="760" as="sourcePoint" />
            <mxPoint x="289.76" y="421.03" as="targetPoint" />
            <Array as="points">
              <mxPoint x="295" y="430" />
            </Array>
          </mxGeometry>
        </mxCell>
-         <mxCell id="_FvLLy5niA9-FDdcqiTg-21" value="" style="endArrow=none;html=1;rounded=0;" edge="1" parent="1">
+         <mxCell id="_FvLLy5niA9-FDdcqiTg-21" value="" style="endArrow=none;html=1;rounded=0;" parent="1" edge="1">
          <mxGeometry width="50" height="50" relative="1" as="geometry">
            <mxPoint x="520" y="790" as="sourcePoint" />
            <mxPoint x="520" y="760" as="targetPoint" />
            <Array as="points">
              <mxPoint x="520" y="790" />
            </Array>
          </mxGeometry>
        </mxCell>
-         <mxCell id="_FvLLy5niA9-FDdcqiTg-22" value="" style="endArrow=none;html=1;rounded=0;" edge="1" parent="1">
+         <mxCell id="_FvLLy5niA9-FDdcqiTg-22" value="" style="endArrow=none;html=1;rounded=0;" parent="1" edge="1">
          <mxGeometry width="50" height="50" relative="1" as="geometry">
            <mxPoint x="500" y="790" as="sourcePoint" />
            <mxPoint x="550" y="790" as="targetPoint" />
            <Array as="points">
              <mxPoint x="490" y="790" />
              <mxPoint x="500" y="790" />
            </Array>
          </mxGeometry>
        </mxCell>
-         <mxCell id="_FvLLy5niA9-FDdcqiTg-23" value="" style="endArrow=none;html=1;rounded=0;" edge="1" parent="1">
+         <mxCell id="_FvLLy5niA9-FDdcqiTg-23" value="" style="endArrow=none;html=1;rounded=0;" parent="1" edge="1">
          <mxGeometry width="50" height="50" relative="1" as="geometry">
            <mxPoint x="510" y="800" as="sourcePoint" />
            <mxPoint x="540" y="800" as="targetPoint" />
            <Array as="points">
              <mxPoint x="500" y="800" />
              <mxPoint x="510" y="800" />
              <mxPoint x="520" y="800" />
            </Array>
          </mxGeometry>
        </mxCell>
-         <mxCell id="_FvLLy5niA9-FDdcqiTg-24" value="" style="endArrow=none;html=1;rounded=0;" edge="1" parent="1">
+         <mxCell id="_FvLLy5niA9-FDdcqiTg-24" value="" style="endArrow=none;html=1;rounded=0;" parent="1" edge="1">
          <mxGeometry width="50" height="50" relative="1" as="geometry">
            <mxPoint x="510" y="810" as="sourcePoint" />
            <mxPoint x="530" y="810" as="targetPoint" />
            <Array as="points">
              <mxPoint x="510" y="810" />
              <mxPoint x="520" y="810" />
            </Array>
          </mxGeometry>
        </mxCell>
-         <mxCell id="_FvLLy5niA9-FDdcqiTg-27" value="" style="rounded=0;whiteSpace=wrap;html=1;fillColor=#ffe6cc;strokeColor=#d79b00;" vertex="1" parent="1">
+         <mxCell id="_FvLLy5niA9-FDdcqiTg-27" value="" style="rounded=0;whiteSpace=wrap;html=1;fillColor=#ffe6cc;strokeColor=#d79b00;" parent="1" vertex="1">
          <mxGeometry x="160" y="370" width="90" height="50" as="geometry" />
        </mxCell>
-         <mxCell id="_FvLLy5niA9-FDdcqiTg-28" value="&lt;span style=&quot;font-size: 8px;&quot;&gt;12V Battery&lt;/span&gt;" style="text;html=1;align=center;verticalAlign=middle;whiteSpace=wrap;rounded=0;" vertex="1" parent="1">
+         <mxCell id="_FvLLy5niA9-FDdcqiTg-28" value="&lt;span style=&quot;font-size: 8px;&quot;&gt;12V Battery&lt;/span&gt;" style="text;html=1;align=center;verticalAlign=middle;whiteSpace=wrap;rounded=0;" parent="1" vertex="1">
          <mxGeometry x="160" y="370" width="90" height="50" as="geometry" />
        </mxCell>
-         <mxCell id="_FvLLy5niA9-FDdcqiTg-31" value="" style="endArrow=none;html=1;rounded=0;exitX=0.935;exitY=0.512;exitDx=0;exitDy=0;exitPerimeter=0;entryX=0.316;entryY=0.007;entryDx=0;entryDy=0;entryPerimeter=0;" edge="1" parent="1" target="6h7fnUpnQVIAR-fBUBs6-59">
+         <mxCell id="_FvLLy5niA9-FDdcqiTg-31" value="" style="endArrow=none;html=1;rounded=0;exitX=0.935;exitY=0.512;exitDx=0;exitDy=0;exitPerimeter=0;entryX=0.316;entryY=0.007;entryDx=0;entryDy=0;entryPerimeter=0;" parent="1" target="6h7fnUpnQVIAR-fBUBs6-59" edge="1">
          <mxGeometry width="50" height="50" relative="1" as="geometry">
            <mxPoint x="249.39999999999998" y="325.35999999999996" as="sourcePoint" />
            <mxPoint x="300" y="325" as="targetPoint" />
            <Array as="points">
              <mxPoint x="318" y="325" />
            </Array>
          </mxGeometry>
        </mxCell>
-         <mxCell id="_FvLLy5niA9-FDdcqiTg-32" value="" style="endArrow=none;html=1;rounded=0;exitX=0.935;exitY=0.512;exitDx=0;exitDy=0;exitPerimeter=0;entryX=0.117;entryY=0.011;entryDx=0;entryDy=0;entryPerimeter=0;" edge="1" parent="1" target="6h7fnUpnQVIAR-fBUBs6-59">
+         <mxCell id="_FvLLy5niA9-FDdcqiTg-32" value="" style="endArrow=none;html=1;rounded=0;exitX=0.935;exitY=0.512;exitDx=0;exitDy=0;exitPerimeter=0;entryX=0.117;entryY=0.011;entryDx=0;entryDy=0;entryPerimeter=0;" parent="1" target="6h7fnUpnQVIAR-fBUBs6-59" edge="1">
          <mxGeometry width="50" height="50" relative="1" as="geometry">
            <mxPoint x="249.39999999999998" y="335.35999999999996" as="sourcePoint" />
            <mxPoint x="310" y="360" as="targetPoint" />
            <Array as="points">
              <mxPoint x="294" y="335" />
            </Array>
          </mxGeometry>
        </mxCell>
-         <mxCell id="_FvLLy5niA9-FDdcqiTg-33" value="OUT1" style="text;html=1;align=center;verticalAlign=middle;whiteSpace=wrap;rounded=0;fontSize=7;" vertex="1" parent="1">
+         <mxCell id="_FvLLy5niA9-FDdcqiTg-33" value="OUT1" style="text;html=1;align=center;verticalAlign=middle;whiteSpace=wrap;rounded=0;fontSize=7;" parent="1" vertex="1">
          <mxGeometry x="275" y="343" width="40" height="30" as="geometry" />
        </mxCell>
-         <mxCell id="_FvLLy5niA9-FDdcqiTg-35" value="OUT2" style="text;html=1;align=center;verticalAlign=middle;whiteSpace=wrap;rounded=0;fontSize=7;" vertex="1" parent="1">
+         <mxCell id="_FvLLy5niA9-FDdcqiTg-35" value="OUT2" style="text;html=1;align=center;verticalAlign=middle;whiteSpace=wrap;rounded=0;fontSize=7;" parent="1" vertex="1">
          <mxGeometry x="308" y="353" width="22" height="10" as="geometry" />
        </mxCell>
      </root>
    </mxGraphModel>
  </diagram>
  <diagram id="8WRU5gpG5O-Uy3WxRE3U" name="페이지-2">
    <mxGraphModel dx="347" dy="208" grid="1" gridSize="10" guides="1" tooltips="1" connect="1" arrows="1" fold="1" page="1" pageScale="1" pageWidth="1169" pageHeight="827" math="0" shadow="0">
      <root>
        <mxCell id="0" />
        <mxCell id="1" parent="0" />
        <mxCell id="GE8YrGKLtb5FdR8gtBuv-1" value="&lt;font&gt;모터 드라이버&lt;/font&gt;&lt;div&gt;&lt;font style=&quot;font-size: 10px;&quot;&gt;(L298N&lt;span style=&quot;background-color: transparent; color: light-dark(rgb(0, 0, 0), rgb(255, 255, 255));&quot;&gt;)&lt;/span&gt;&lt;/font&gt;&lt;/div&gt;" style="rounded=0;whiteSpace=wrap;html=1;fillColor=#f5f5f5;fontColor=#333333;strokeColor=#666666;" vertex="1" parent="1">
          <mxGeometry x="240" y="120" width="160" height="120" as="geometry" />
        </mxCell>
        <mxCell id="JdI1R0M08_0PKqST_eyK-1" value="&lt;font&gt;DC 모터&lt;/font&gt;" style="rounded=0;whiteSpace=wrap;html=1;" vertex="1" parent="1">
          <mxGeometry x="50" y="120" width="110" height="70" as="geometry" />
        </mxCell>
        <mxCell id="JdI1R0M08_0PKqST_eyK-2" value="" style="endArrow=none;html=1;rounded=0;exitX=1;exitY=0.286;exitDx=0;exitDy=0;exitPerimeter=0;entryX=0.01;entryY=0.187;entryDx=0;entryDy=0;entryPerimeter=0;" edge="1" parent="1" source="JdI1R0M08_0PKqST_eyK-1">
          <mxGeometry width="50" height="50" relative="1" as="geometry">
            <mxPoint x="157.74000000000004" y="140.00000000000003" as="sourcePoint" />
            <mxPoint x="240.00000000000003" y="140.04" as="targetPoint" />
          </mxGeometry>
        </mxCell>
        <mxCell id="JdI1R0M08_0PKqST_eyK-3" value="" style="endArrow=none;html=1;rounded=0;exitX=0.994;exitY=0.32;exitDx=0;exitDy=0;exitPerimeter=0;" edge="1" parent="1">
          <mxGeometry width="50" height="50" relative="1" as="geometry">
            <mxPoint x="160" y="170" as="sourcePoint" />
            <mxPoint x="240" y="170" as="targetPoint" />
          </mxGeometry>
        </mxCell>
      </root>
    </mxGraphModel>
  </diagram>
</mxfile>
